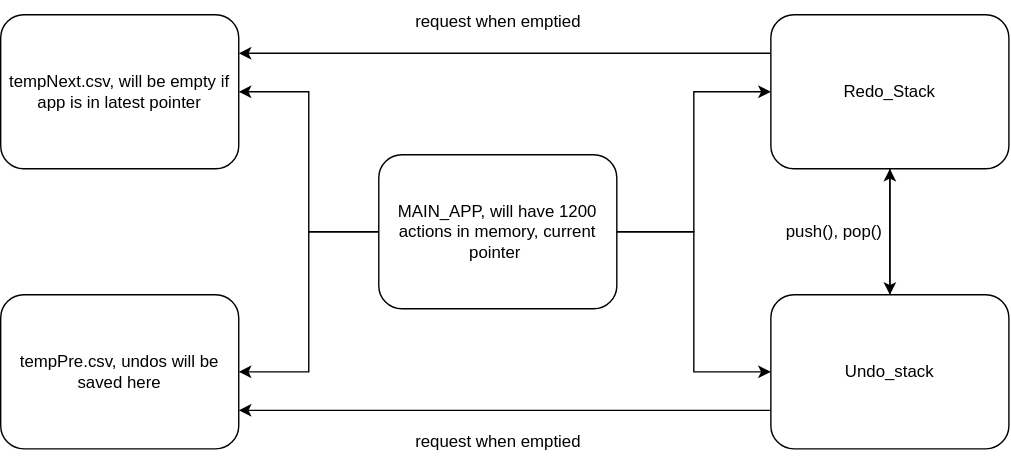
zin-lin/Sudoku keeps this draw.io diagram as MemorySystem.svg. Above is the earlier version. Source tidied: cells renumbered, new cells last; positions are measured from the earlier drawing's top-left corner, leaving out a move shared by most shapes.
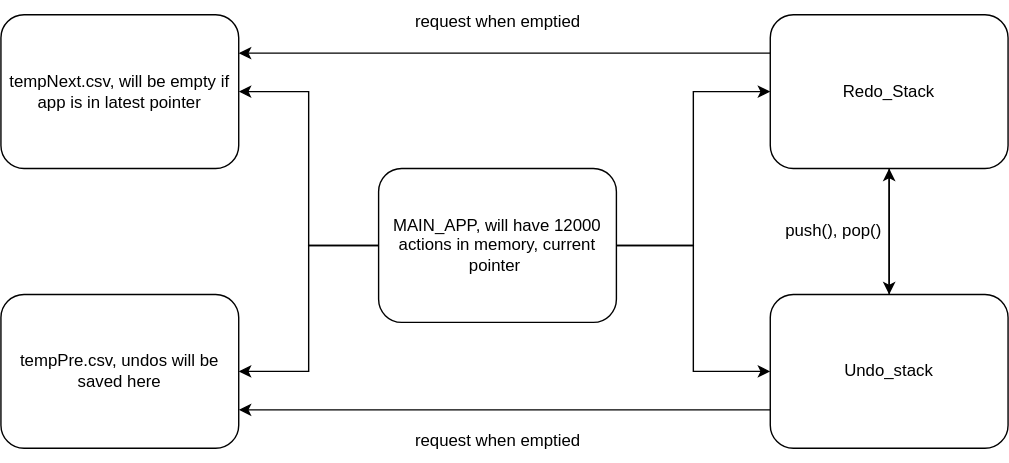
Above is the later version.

The edit, as a diff of the source:
```diff
@@ -17,8 +17,8 @@
     <mxCell id="6" style="edgeStyle=orthogonalEdgeStyle;rounded=0;jettySize=auto;html=1;" parent="1" edge="1" source="7" target="14">
       <mxGeometry relative="1" as="geometry" />
     </mxCell>
-    <mxCell id="7" value="MAIN_APP, will have 1200 actions in memory, current pointer&amp;nbsp;" style="rounded=1;whiteSpace=wrap;html=1;" parent="1" vertex="1">
-      <mxGeometry x="270" y="110" width="170" height="110" as="geometry" />
+    <mxCell id="7" value="MAIN_APP, will have 12000 actions in memory, current pointer&amp;nbsp;" style="rounded=1;whiteSpace=wrap;html=1;" parent="1" vertex="1">
+      <mxGeometry x="270" y="120" width="170" height="110" as="geometry" />
     </mxCell>
     <mxCell id="8" value="tempPre.csv, undos will be saved here" style="rounded=1;whiteSpace=wrap;html=1;" parent="1" vertex="1">
       <mxGeometry y="210" width="170" height="110" as="geometry" />
```
